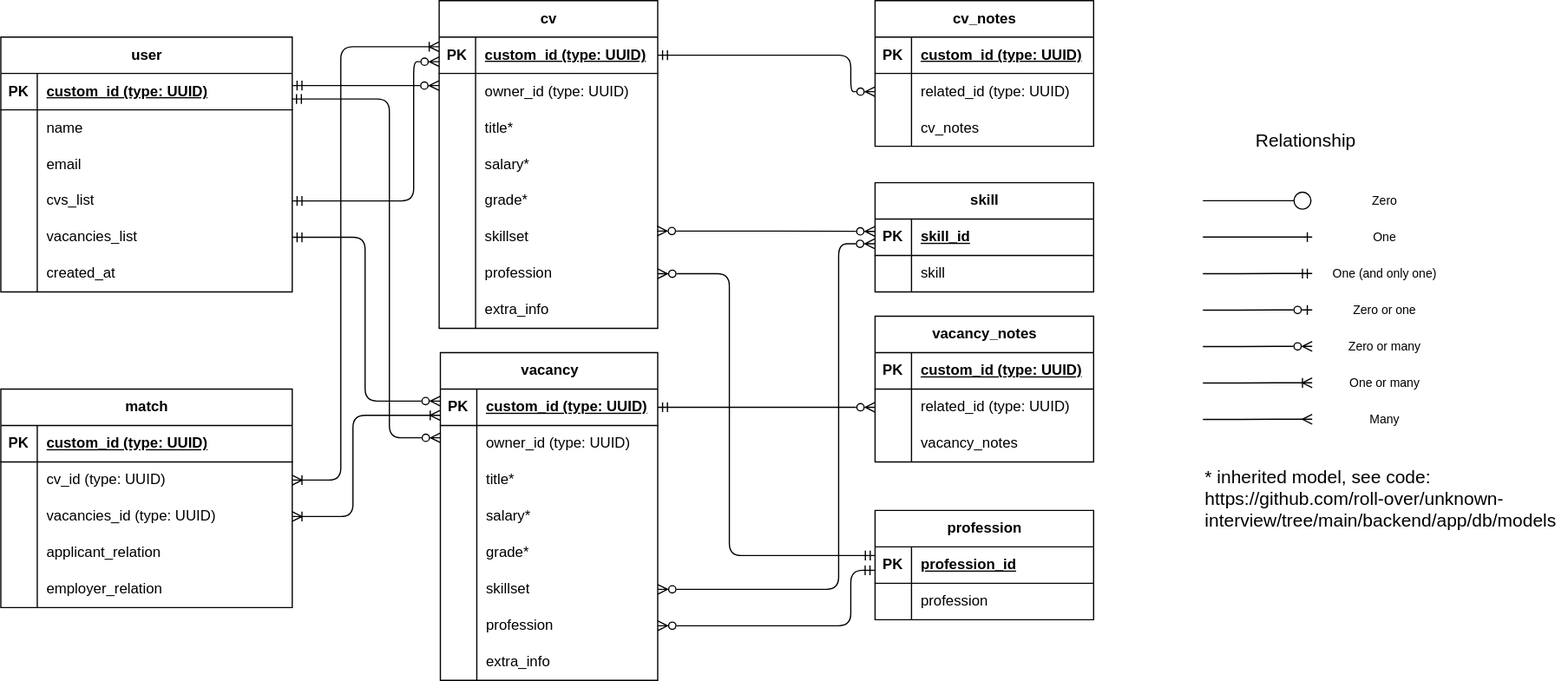
Before: schemabd.svg, a diagram exported from draw.io (BarankinaWork/test). Source tidied: cells renumbered, new cells last; positions are measured from the earlier drawing's top-left corner, leaving out a move shared by most shapes.
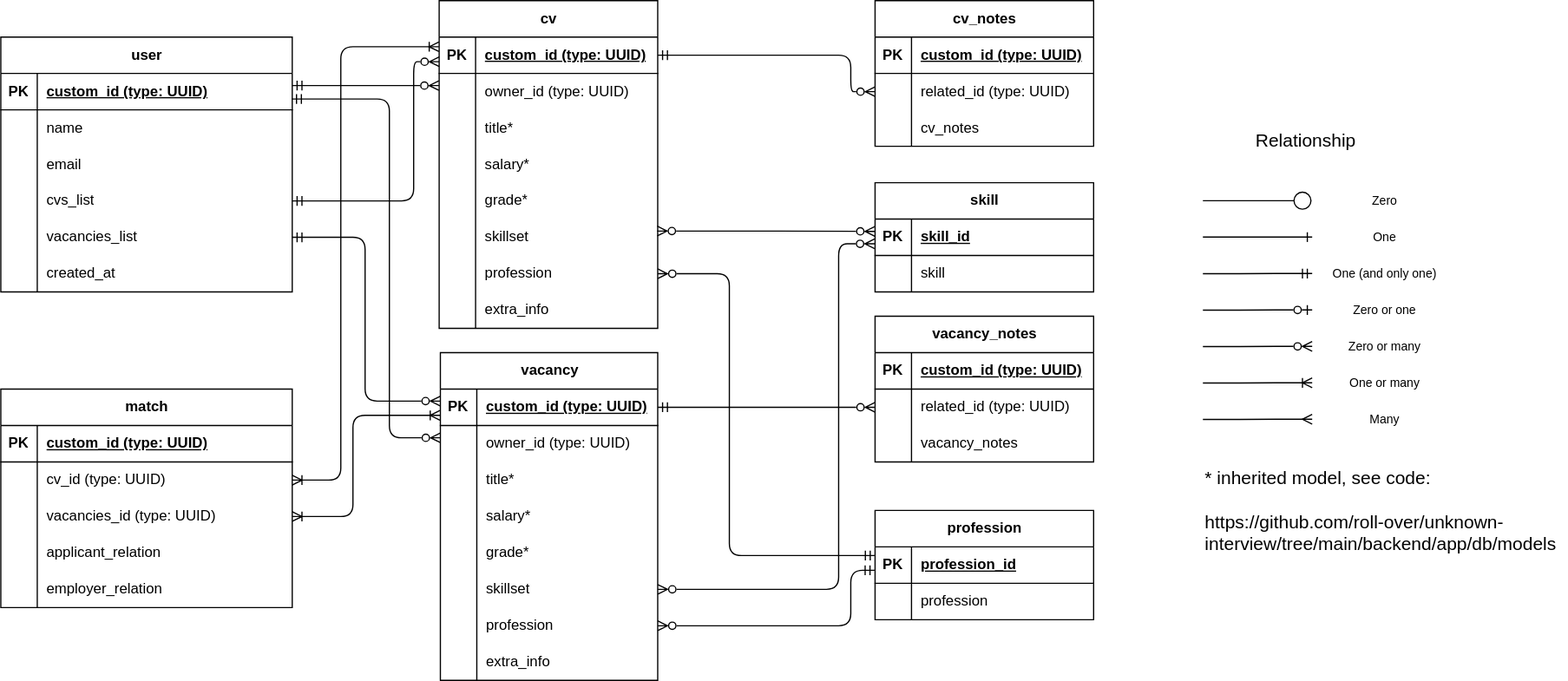
The same diagram one commit later.

The edit, as a diff of the source:
```diff
@@ -501,8 +501,8 @@
     <mxCell id="147" value="Zero or one" style="text;html=1;strokeColor=none;fillColor=none;align=center;verticalAlign=middle;whiteSpace=wrap;rounded=0;fontSize=10;" parent="1" vertex="1">
       <mxGeometry x="1085" y="240" width="110" height="30" as="geometry" />
     </mxCell>
-    <mxCell id="148" value="* inherited model, see code: &lt;a style=&quot;font-size: 15px;&quot; href=&quot;https://github.com/roll-over/unknown-interview/tree/main/backend/app/db/models&quot;&gt;https://github.com/roll-over/unknown-interview/tree/main/backend/app/db/models&lt;/a&gt;" style="text;html=1;strokeColor=none;fillColor=none;align=left;verticalAlign=middle;whiteSpace=wrap;rounded=0;fontSize=15;" parent="1" vertex="1">
-      <mxGeometry x="990" y="370" width="300" height="80" as="geometry" />
+    <mxCell id="148" value="* inherited model, see code:&lt;br&gt;&lt;br&gt;&lt;a style=&quot;font-size: 15px;&quot; href=&quot;https://github.com/roll-over/unknown-interview/tree/main/backend/app/db/models&quot;&gt;https://github.com/roll-over/unknown-interview/tree/main/backend/app/db/models&lt;/a&gt;" style="text;html=1;strokeColor=none;fillColor=none;align=left;verticalAlign=middle;whiteSpace=wrap;rounded=0;fontSize=15;" parent="1" vertex="1">
+      <mxGeometry x="990" y="380" width="300" height="80" as="geometry" />
     </mxCell>
   </root>
 </mxGraphModel>
```
